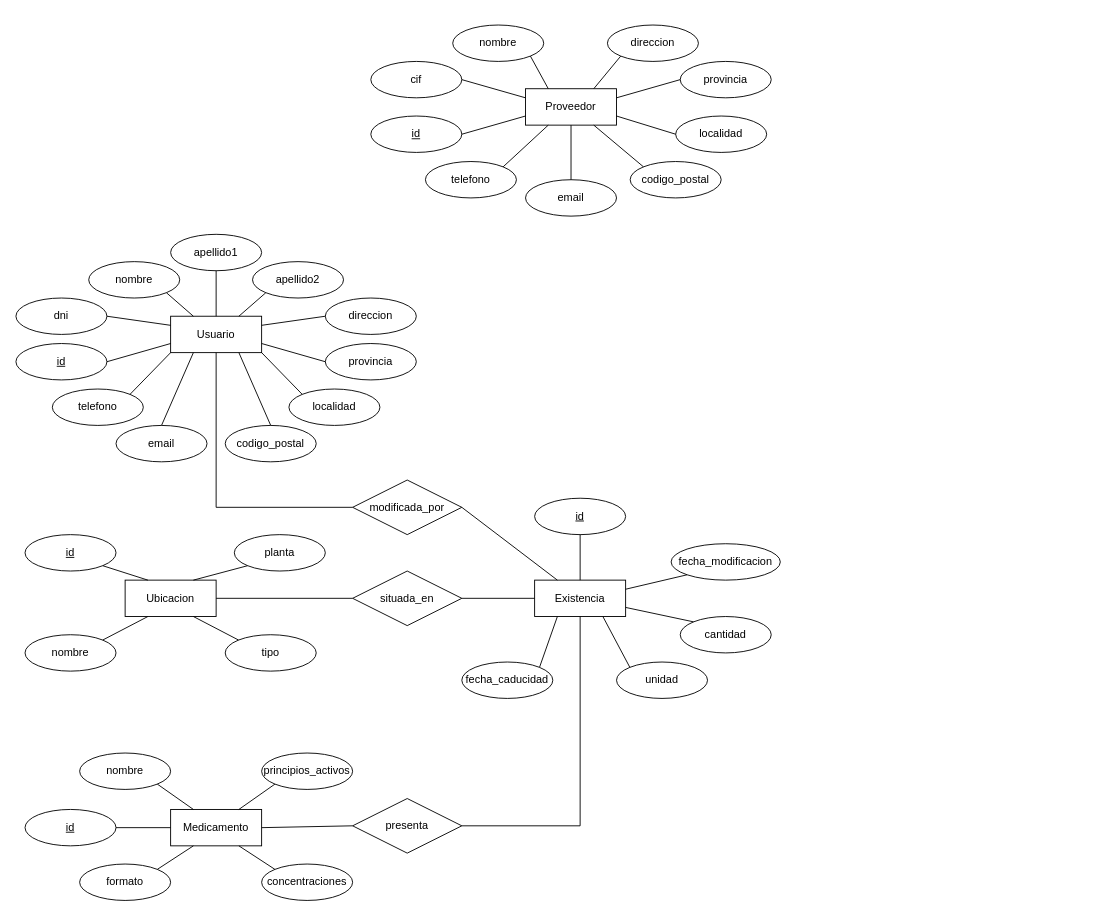
This is Diagrama sin título.drawio from mariopr25/AlmacenMedicamentosER, a draw.io file, before an edit. Source tidied: cells renumbered, new cells numbered last; positions are measured from the earlier drawing's top-left corner, leaving out a move shared by most shapes. Both pictures are drawn from the tidied source at 91%, with x=0, y=0 at pixel (15, 25).
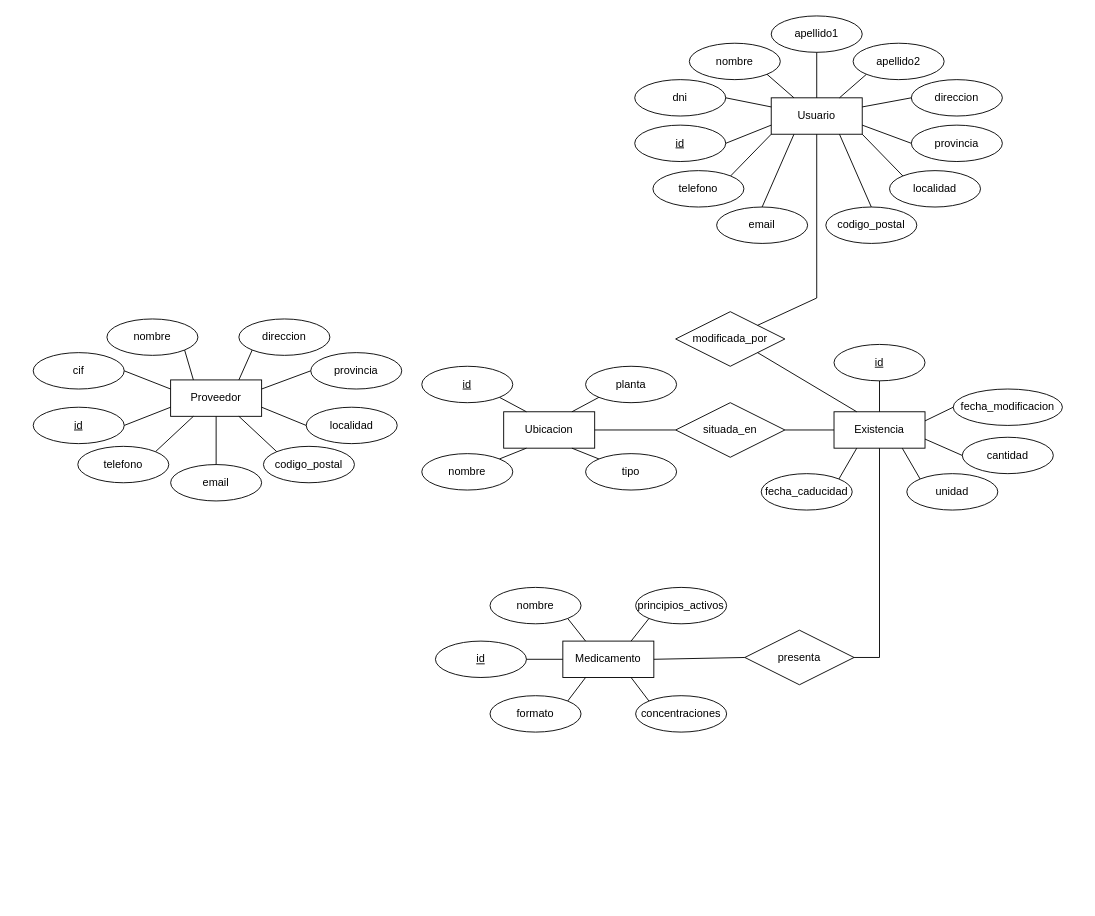
Above is the later version.

Unchanged cells that the change refers to:
```xml
<mxCell id="24" value="&lt;div&gt;Usuario&lt;/div&gt;" style="whiteSpace=wrap;html=1;align=center;" parent="23" vertex="1">
  <mxGeometry x="170" y="90" width="100" height="40" as="geometry" />
</mxCell>
<mxCell id="71" value="&lt;div&gt;Existencia&lt;/div&gt;" style="whiteSpace=wrap;html=1;align=center;" parent="70" vertex="1">
  <mxGeometry x="80" y="90" width="100" height="40" as="geometry" />
</mxCell>
```

Diff of the diagram source:
```diff
@@
     <mxCell id="2" style="group;" parent="1" vertex="1">
-      <mxGeometry x="390" width="440" height="210" as="geometry" />
+      <mxGeometry y="320" width="440" height="210" as="geometry" />
     </mxCell>
@@
     <mxCell id="4" value="&lt;div&gt;nombre&lt;/div&gt;" style="ellipse;whiteSpace=wrap;html=1;align=center;" parent="2" vertex="1">
-      <mxGeometry x="90" width="100" height="40" as="geometry" />
+      <mxGeometry x="100" y="3" width="100" height="40" as="geometry" />
     </mxCell>
     <mxCell id="5" value="cif" style="ellipse;whiteSpace=wrap;html=1;align=center;" parent="2" vertex="1">
-      <mxGeometry y="40" width="100" height="40" as="geometry" />
+      <mxGeometry x="19" y="40" width="100" height="40" as="geometry" />
     </mxCell>
     <mxCell id="6" value="id" style="ellipse;whiteSpace=wrap;html=1;align=center;fontStyle=4;" parent="2" vertex="1">
-      <mxGeometry y="100" width="100" height="40" as="geometry" />
+      <mxGeometry x="19" y="100" width="100" height="40" as="geometry" />
     </mxCell>
     <mxCell id="7" value="direccion" style="ellipse;whiteSpace=wrap;html=1;align=center;" parent="2" vertex="1">
-      <mxGeometry x="260" width="100" height="40" as="geometry" />
+      <mxGeometry x="245" y="3" width="100" height="40" as="geometry" />
     </mxCell>
     <mxCell id="8" value="provincia" style="ellipse;whiteSpace=wrap;html=1;align=center;" parent="2" vertex="1">
-      <mxGeometry x="340" y="40" width="100" height="40" as="geometry" />
+      <mxGeometry x="324" y="40" width="100" height="40" as="geometry" />
     </mxCell>
     <mxCell id="9" value="localidad" style="ellipse;whiteSpace=wrap;html=1;align=center;" parent="2" vertex="1">
-      <mxGeometry x="335" y="100" width="100" height="40" as="geometry" />
+      <mxGeometry x="319" y="100" width="100" height="40" as="geometry" />
     </mxCell>
     <mxCell id="10" value="codigo_postal" style="ellipse;whiteSpace=wrap;html=1;align=center;" parent="2" vertex="1">
-      <mxGeometry x="285" y="150" width="100" height="40" as="geometry" />
+      <mxGeometry x="272" y="143" width="100" height="40" as="geometry" />
     </mxCell>
     <mxCell id="11" value="email" style="ellipse;whiteSpace=wrap;html=1;align=center;" parent="2" vertex="1">
-      <mxGeometry x="170" y="170" width="100" height="40" as="geometry" />
+      <mxGeometry x="170" y="163" width="100" height="40" as="geometry" />
     </mxCell>
     <mxCell id="12" value="telefono" style="ellipse;whiteSpace=wrap;html=1;align=center;" parent="2" vertex="1">
-      <mxGeometry x="60" y="150" width="100" height="40" as="geometry" />
+      <mxGeometry x="68" y="143" width="100" height="40" as="geometry" />
     </mxCell>
@@
     <mxCell id="23" style="group;" parent="1" vertex="1">
-      <mxGeometry y="230" width="440" height="250" as="geometry" />
+      <mxGeometry x="660" y="-10" width="440" height="250" as="geometry" />
     </mxCell>
@@
     <mxCell id="26" value="dni" style="ellipse;whiteSpace=wrap;html=1;align=center;" parent="23" vertex="1">
-      <mxGeometry y="70" width="100" height="40" as="geometry" />
+      <mxGeometry x="20" y="70" width="100" height="40" as="geometry" />
     </mxCell>
     <mxCell id="27" value="id" style="ellipse;whiteSpace=wrap;html=1;align=center;fontStyle=4;" parent="23" vertex="1">
-      <mxGeometry y="120" width="100" height="40" as="geometry" />
+      <mxGeometry x="20" y="120" width="100" height="40" as="geometry" />
     </mxCell>
@@
     <mxCell id="30" value="direccion" style="ellipse;whiteSpace=wrap;html=1;align=center;" parent="23" vertex="1">
-      <mxGeometry x="340" y="70" width="100" height="40" as="geometry" />
+      <mxGeometry x="324" y="70" width="100" height="40" as="geometry" />
     </mxCell>
     <mxCell id="31" value="provincia" style="ellipse;whiteSpace=wrap;html=1;align=center;" parent="23" vertex="1">
-      <mxGeometry x="340" y="120" width="100" height="40" as="geometry" />
+      <mxGeometry x="324" y="120" width="100" height="40" as="geometry" />
     </mxCell>
@@
     <mxCell id="47" style="group;" parent="1" vertex="1">
-      <mxGeometry x="10" y="560" width="330" height="150" as="geometry" />
+      <mxGeometry x="426" y="375" width="330" height="150" as="geometry" />
     </mxCell>
@@
     <mxCell id="49" value="id" style="ellipse;whiteSpace=wrap;html=1;align=center;fontStyle=4;" parent="47" vertex="1">
-      <mxGeometry width="100" height="40" as="geometry" />
+      <mxGeometry x="20" width="100" height="40" as="geometry" />
     </mxCell>
     <mxCell id="50" value="nombre" style="ellipse;whiteSpace=wrap;html=1;align=center;" parent="47" vertex="1">
-      <mxGeometry y="110" width="100" height="40" as="geometry" />
+      <mxGeometry x="20" y="96" width="100" height="40" as="geometry" />
     </mxCell>
     <mxCell id="51" value="planta" style="ellipse;whiteSpace=wrap;html=1;align=center;" parent="47" vertex="1">
-      <mxGeometry x="230" width="100" height="40" as="geometry" />
+      <mxGeometry x="200" width="100" height="40" as="geometry" />
     </mxCell>
     <mxCell id="52" value="tipo" style="ellipse;whiteSpace=wrap;html=1;align=center;" parent="47" vertex="1">
-      <mxGeometry x="220" y="110" width="100" height="40" as="geometry" />
+      <mxGeometry x="200" y="96" width="100" height="40" as="geometry" />
     </mxCell>
@@
     <mxCell id="57" style="group;" parent="1" vertex="1">
-      <mxGeometry x="10" y="800" width="360" height="162" as="geometry" />
+      <mxGeometry x="441" y="615" width="360" height="162" as="geometry" />
     </mxCell>
@@
     <mxCell id="59" value="nombre" style="ellipse;whiteSpace=wrap;html=1;align=center;" parent="57" vertex="1">
-      <mxGeometry x="60" width="100" height="40" as="geometry" />
+      <mxGeometry x="80" y="3" width="100" height="40" as="geometry" />
     </mxCell>
     <mxCell id="60" value="&lt;div&gt;principios_activos&lt;/div&gt;" style="ellipse;whiteSpace=wrap;html=1;align=center;" parent="57" vertex="1">
-      <mxGeometry x="260" width="100" height="40" as="geometry" />
+      <mxGeometry x="240" y="3" width="100" height="40" as="geometry" />
     </mxCell>
     <mxCell id="61" value="concentraciones" style="ellipse;whiteSpace=wrap;html=1;align=center;" parent="57" vertex="1">
-      <mxGeometry x="260" y="122" width="100" height="40" as="geometry" />
+      <mxGeometry x="240" y="122" width="100" height="40" as="geometry" />
     </mxCell>
     <mxCell id="62" value="formato" style="ellipse;whiteSpace=wrap;html=1;align=center;" parent="57" vertex="1">
-      <mxGeometry x="60" y="122" width="100" height="40" as="geometry" />
+      <mxGeometry x="80" y="122" width="100" height="40" as="geometry" />
     </mxCell>
     <mxCell id="63" value="id" style="ellipse;whiteSpace=wrap;html=1;align=center;fontStyle=4;" parent="57" vertex="1">
-      <mxGeometry y="62" width="100" height="40" as="geometry" />
+      <mxGeometry x="20" y="62" width="100" height="40" as="geometry" />
     </mxCell>
@@
     <mxCell id="69" value="situada_en" style="shape=rhombus;perimeter=rhombusPerimeter;whiteSpace=wrap;html=1;align=center;" parent="1" vertex="1">
-      <mxGeometry x="370" y="600" width="120" height="60" as="geometry" />
+      <mxGeometry x="725" y="415" width="120" height="60" as="geometry" />
     </mxCell>
     <mxCell id="70" style="group;" parent="1" vertex="1">
-      <mxGeometry x="490" y="520" width="350" height="220" as="geometry" />
+      <mxGeometry x="819" y="335" width="350" height="220" as="geometry" />
     </mxCell>
@@
     <mxCell id="72" value="id" style="ellipse;whiteSpace=wrap;html=1;align=center;fontStyle=4;" parent="70" vertex="1">
-      <mxGeometry x="80" width="100" height="40" as="geometry" />
+      <mxGeometry x="80" y="16" width="100" height="40" as="geometry" />
     </mxCell>
     <mxCell id="73" value="fecha_modificacion" style="ellipse;whiteSpace=wrap;html=1;align=center;" parent="70" vertex="1">
-      <mxGeometry x="230" y="50" width="120" height="40" as="geometry" />
+      <mxGeometry x="211" y="65" width="120" height="40" as="geometry" />
     </mxCell>
     <mxCell id="74" value="cantidad" style="ellipse;whiteSpace=wrap;html=1;align=center;" parent="70" vertex="1">
-      <mxGeometry x="240" y="130" width="100" height="40" as="geometry" />
+      <mxGeometry x="221" y="118" width="100" height="40" as="geometry" />
     </mxCell>
     <mxCell id="75" value="unidad" style="ellipse;whiteSpace=wrap;html=1;align=center;" parent="70" vertex="1">
-      <mxGeometry x="170" y="180" width="100" height="40" as="geometry" />
+      <mxGeometry x="160" y="158" width="100" height="40" as="geometry" />
     </mxCell>
     <mxCell id="76" value="fecha_caducidad" style="ellipse;whiteSpace=wrap;html=1;align=center;" parent="70" vertex="1">
-      <mxGeometry y="180" width="100" height="40" as="geometry" />
+      <mxGeometry y="158" width="100" height="40" as="geometry" />
     </mxCell>
@@
-    <mxCell id="78" style="endArrow=none;html=1;rounded=0;entryX=0;entryY=1;entryDx=0;entryDy=0;exitX=1;exitY=0.25;exitDx=0;exitDy=0;" parent="70" edge="1" source="71" target="73">
+    <mxCell id="78" style="endArrow=none;html=1;rounded=0;entryX=0;entryY=0.5;entryDx=0;entryDy=0;exitX=1;exitY=0.25;exitDx=0;exitDy=0;" parent="70" edge="1" source="71" target="73">
       <mxGeometry relative="1" as="geometry" />
     </mxCell>
-    <mxCell id="79" style="endArrow=none;html=1;rounded=0;entryX=0;entryY=0;entryDx=0;entryDy=0;exitX=1;exitY=0.75;exitDx=0;exitDy=0;" parent="70" edge="1" source="71" target="74">
+    <mxCell id="79" style="endArrow=none;html=1;rounded=0;entryX=0;entryY=0.5;entryDx=0;entryDy=0;exitX=1;exitY=0.75;exitDx=0;exitDy=0;" parent="70" edge="1" source="71" target="74">
       <mxGeometry relative="1" as="geometry" />
     </mxCell>
@@
     <mxCell id="82" value="presenta" style="shape=rhombus;perimeter=rhombusPerimeter;whiteSpace=wrap;html=1;align=center;" parent="1" vertex="1">
-      <mxGeometry x="370" y="850" width="120" height="60" as="geometry" />
+      <mxGeometry x="801" y="665" width="120" height="60" as="geometry" />
     </mxCell>
     <mxCell id="83" style="endArrow=none;html=1;rounded=0;entryX=0.5;entryY=1;entryDx=0;entryDy=0;exitX=1;exitY=0.5;exitDx=0;exitDy=0;" parent="1" edge="1" source="82" target="71">
       <mxGeometry relative="1" as="geometry">
         <Array as="points">
-          <mxPoint x="620" y="880" />
+          <mxPoint x="949" y="695" />
         </Array>
       </mxGeometry>
     </mxCell>
@@
     <mxCell id="87" value="modificada_por" style="shape=rhombus;perimeter=rhombusPerimeter;whiteSpace=wrap;html=1;align=center;" parent="1" vertex="1">
-      <mxGeometry x="370" y="500" width="120" height="60" as="geometry" />
+      <mxGeometry x="725" y="315" width="120" height="60" as="geometry" />
     </mxCell>
-    <mxCell id="88" style="endArrow=none;html=1;rounded=0;exitX=1;exitY=0.5;exitDx=0;exitDy=0;entryX=0.25;entryY=0;entryDx=0;entryDy=0;" parent="1" edge="1" source="87" target="71">
+    <mxCell id="88" style="endArrow=none;html=1;rounded=0;exitX=1;exitY=1;exitDx=0;exitDy=0;entryX=0.25;entryY=0;entryDx=0;entryDy=0;" parent="1" edge="1" source="87" target="71">
       <mxGeometry relative="1" as="geometry" />
     </mxCell>
-    <mxCell id="89" style="endArrow=none;html=1;rounded=0;entryX=0;entryY=0.5;entryDx=0;entryDy=0;exitX=0.5;exitY=1;exitDx=0;exitDy=0;" parent="1" edge="1" source="24" target="87">
+    <mxCell id="89" style="endArrow=none;html=1;rounded=0;entryX=1;entryY=0;entryDx=0;entryDy=0;exitX=0.5;exitY=1;exitDx=0;exitDy=0;" parent="1" edge="1" source="24" target="87">
       <mxGeometry relative="1" as="geometry">
         <Array as="points">
-          <mxPoint x="220" y="530" />
+          <mxPoint x="880" y="300" />
         </Array>
       </mxGeometry>
     </mxCell>
```
